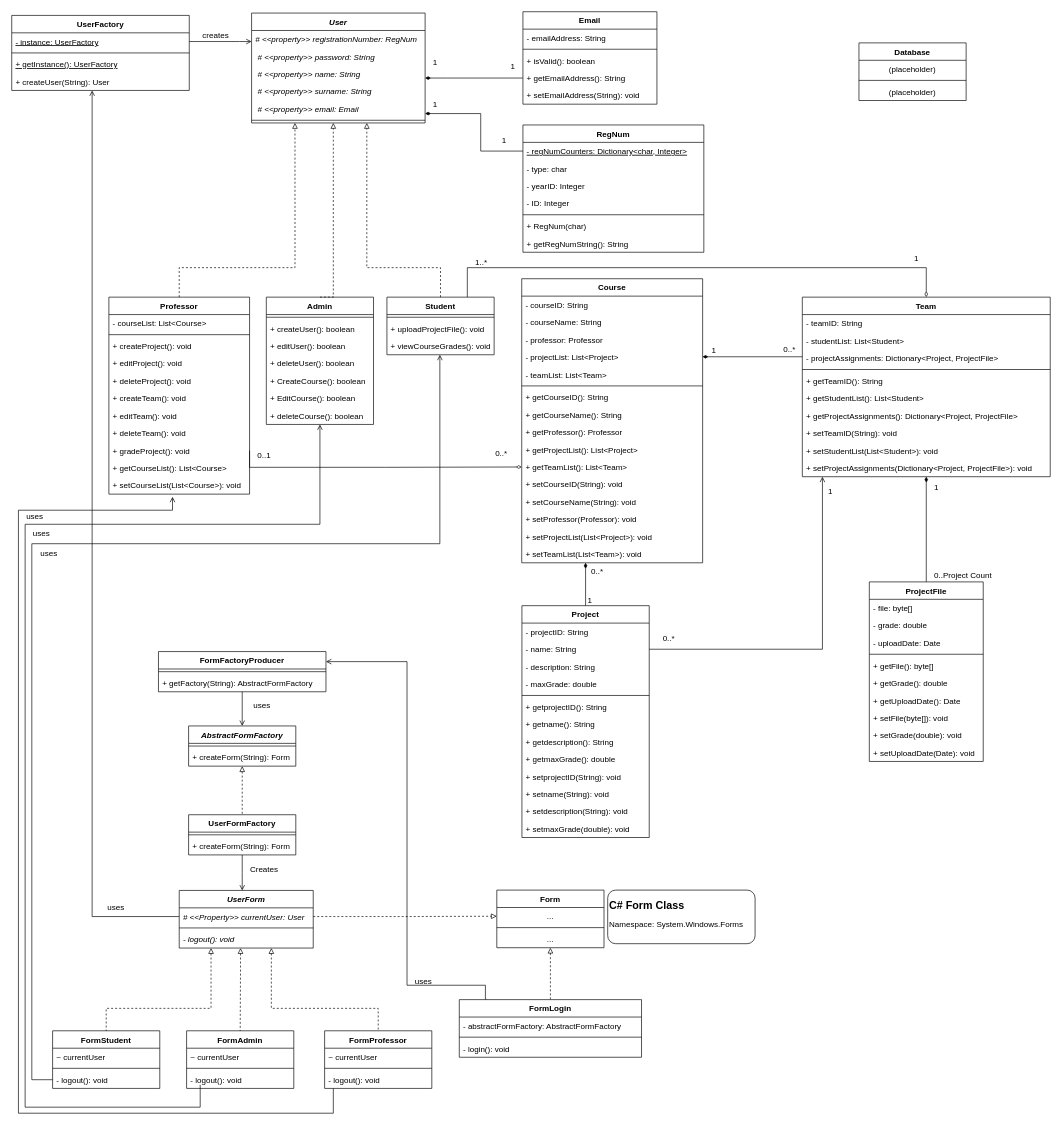
Syrko/E-ClassApplication keeps this draw.io diagram as ClassDiagrams/ClassDiagram_v1_Final.drawio. Above is the earlier version. Source tidied: cells renumbered, new cells numbered last; positions are measured from the earlier drawing's top-left corner, leaving out a move shared by most shapes. Both pictures are drawn from the tidied source at 67%, with x=0, y=0 at pixel (11, 11).
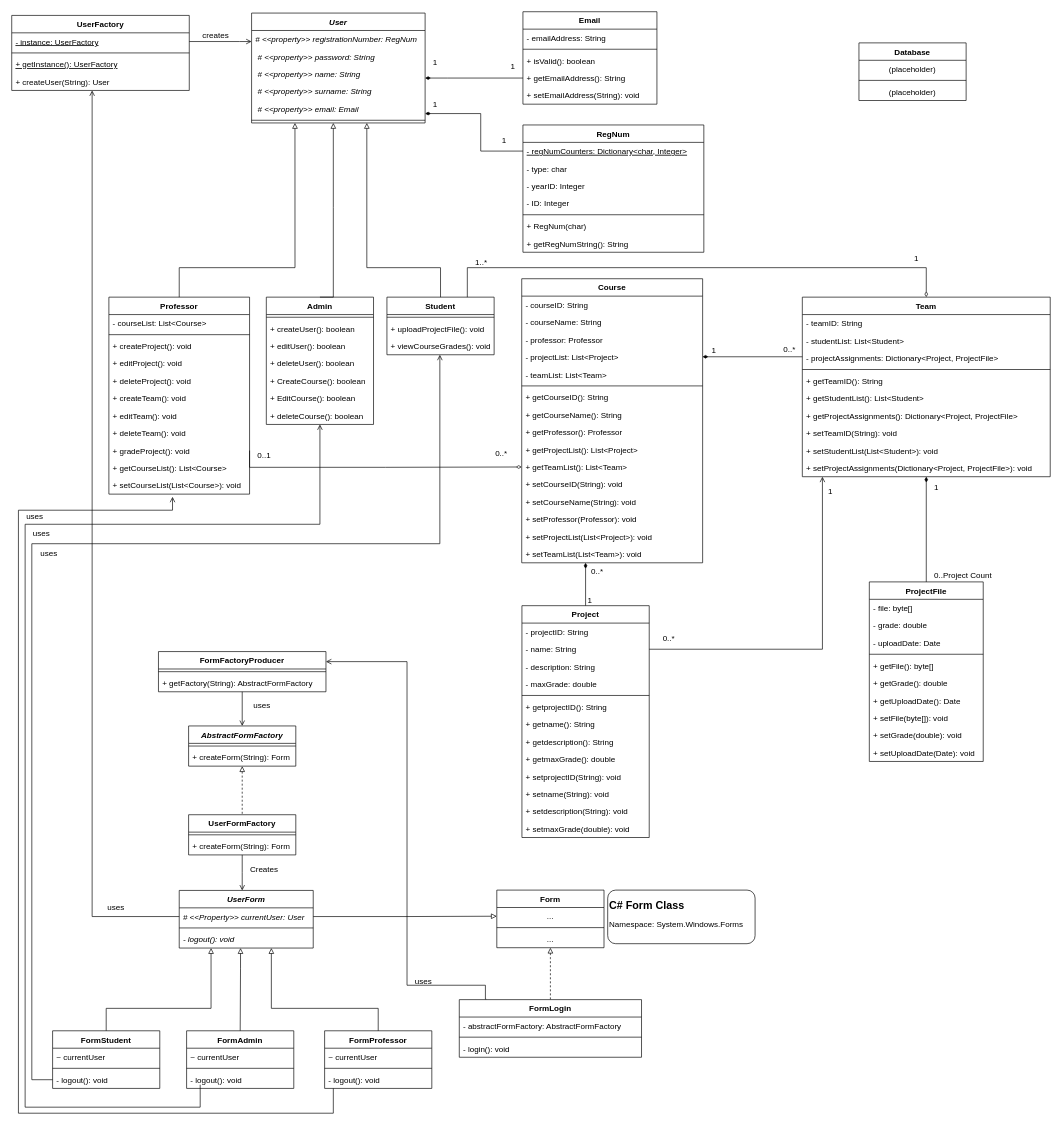
After the change.

Commit message (it also covers changes not shown here):
Changed inheritance arrows to solid

Unchanged cells that the change refers to:
```xml
<mxCell id="11" value="Admin" style="swimlane;fontStyle=1;align=center;verticalAlign=top;horizontal=1;startSize=26;fillColor=none;" parent="1" vertex="1">
  <mxGeometry x="380" y="426" width="160" height="190" as="geometry" />
</mxCell>
<mxCell id="20" value="Student" style="swimlane;fontStyle=1;align=center;verticalAlign=top;horizontal=1;startSize=26;fillColor=none;" parent="1" vertex="1">
  <mxGeometry x="560" y="426" width="160" height="86" as="geometry" />
</mxCell>
<mxCell id="24" value="Professor" style="swimlane;fontStyle=1;align=center;verticalAlign=top;horizontal=1;startSize=26;fillColor=none;" parent="1" vertex="1">
  <mxGeometry x="145" y="426" width="210" height="294" as="geometry" />
</mxCell>
<mxCell id="140" value="FormStudent" style="swimlane;fontStyle=1;align=center;verticalAlign=top;horizontal=1;startSize=26;" parent="1" vertex="1">
  <mxGeometry x="61" y="1521" width="160" height="86" as="geometry" />
</mxCell>
<mxCell id="145" value="FormAdmin" style="swimlane;fontStyle=1;align=center;verticalAlign=top;horizontal=1;startSize=26;" parent="1" vertex="1">
  <mxGeometry x="261" y="1521" width="160" height="86" as="geometry" />
</mxCell>
<mxCell id="150" value="FormProfessor" style="swimlane;fontStyle=1;align=center;verticalAlign=top;horizontal=1;startSize=26;" parent="1" vertex="1">
  <mxGeometry x="467" y="1521" width="160" height="86" as="geometry" />
</mxCell>
<mxCell id="156" value="...&#10;" style="text;strokeColor=none;fillColor=none;align=center;verticalAlign=top;spacingLeft=4;spacingRight=4;overflow=hidden;points=[[0,0.5],[1,0.5]];portConstraint=eastwest;" parent="155" vertex="1">
  <mxGeometry y="26" width="160" height="26" as="geometry" />
</mxCell>
<mxCell id="170" value="UserForm" style="swimlane;fontStyle=3;align=center;verticalAlign=top;horizontal=1;startSize=26;rounded=0;strokeColor=#000000;" parent="1" vertex="1">
  <mxGeometry x="250" y="1311.5" width="200" height="86" as="geometry" />
</mxCell>
<mxCell id="171" value="# &lt;&lt;Property&gt;&gt; currentUser: User&#10;" style="text;strokeColor=none;fillColor=none;align=left;verticalAlign=top;spacingLeft=4;spacingRight=4;overflow=hidden;points=[[0,0.5],[1,0.5]];portConstraint=eastwest;fontStyle=2;" parent="170" vertex="1">
  <mxGeometry y="26" width="200" height="26" as="geometry" />
</mxCell>
<mxCell id="185" value="User" style="swimlane;fontStyle=3;align=center;verticalAlign=top;horizontal=1;startSize=26;" parent="1" vertex="1">
  <mxGeometry x="358" y="2" width="259" height="164" as="geometry" />
</mxCell>
```

What changed in the source:
```diff
@@
-    <mxCell id="10" style="edgeStyle=orthogonalEdgeStyle;rounded=0;jettySize=auto;html=1;exitX=0.5;exitY=0;exitDx=0;exitDy=0;endArrow=block;endFill=0;dashed=1;" parent="1" edge="1" source="11" target="185">
+    <mxCell id="10" style="edgeStyle=orthogonalEdgeStyle;rounded=0;jettySize=auto;html=1;exitX=0.5;exitY=0;exitDx=0;exitDy=0;endArrow=block;endFill=0;" parent="1" edge="1" source="11" target="185">
       <mxGeometry relative="1" as="geometry">
         <Array as="points">
           <mxPoint x="480" y="292" />
           <mxPoint x="480" y="292" />
         </Array>
       </mxGeometry>
     </mxCell>
@@
-    <mxCell id="19" style="edgeStyle=orthogonalEdgeStyle;rounded=0;jettySize=auto;html=1;exitX=0.5;exitY=0;exitDx=0;exitDy=0;dashed=1;endArrow=block;endFill=0;" parent="1" edge="1" source="20" target="185">
+    <mxCell id="19" style="edgeStyle=orthogonalEdgeStyle;rounded=0;jettySize=auto;html=1;exitX=0.5;exitY=0;exitDx=0;exitDy=0;endArrow=block;endFill=0;" parent="1" edge="1" source="20" target="185">
       <mxGeometry relative="1" as="geometry">
         <Array as="points">
           <mxPoint x="640" y="382" />
           <mxPoint x="530" y="382" />
         </Array>
       </mxGeometry>
     </mxCell>
@@
-    <mxCell id="167" style="edgeStyle=orthogonalEdgeStyle;rounded=0;jettySize=auto;html=1;entryX=0.5;entryY=0;entryDx=0;entryDy=0;dashed=1;startArrow=block;startFill=0;endArrow=none;endFill=0;" parent="1" edge="1" source="170" target="140">
+    <mxCell id="167" style="edgeStyle=orthogonalEdgeStyle;rounded=0;jettySize=auto;html=1;entryX=0.5;entryY=0;entryDx=0;entryDy=0;startArrow=block;startFill=0;endArrow=none;endFill=0;" parent="1" edge="1" source="170" target="140">
       <mxGeometry relative="1" as="geometry">
         <Array as="points">
           <mxPoint x="297.5" y="1487.5" />
           <mxPoint x="141.5" y="1487.5" />
         </Array>
       </mxGeometry>
     </mxCell>
-    <mxCell id="168" style="edgeStyle=orthogonalEdgeStyle;rounded=0;jettySize=auto;html=1;entryX=0.5;entryY=0;entryDx=0;entryDy=0;dashed=1;startArrow=block;startFill=0;endArrow=none;endFill=0;" parent="1" edge="1" source="170" target="145">
+    <mxCell id="168" style="edgeStyle=orthogonalEdgeStyle;rounded=0;jettySize=auto;html=1;entryX=0.5;entryY=0;entryDx=0;entryDy=0;startArrow=block;startFill=0;endArrow=none;endFill=0;" parent="1" edge="1" source="170" target="145">
       <mxGeometry relative="1" as="geometry">
         <Array as="points">
           <mxPoint x="341.5" y="1427.5" />
           <mxPoint x="341.5" y="1427.5" />
         </Array>
       </mxGeometry>
     </mxCell>
-    <mxCell id="169" style="edgeStyle=orthogonalEdgeStyle;rounded=0;jettySize=auto;html=1;entryX=0.5;entryY=0;entryDx=0;entryDy=0;dashed=1;startArrow=block;startFill=0;endArrow=none;endFill=0;" parent="1" edge="1" source="170" target="150">
+    <mxCell id="169" style="edgeStyle=orthogonalEdgeStyle;rounded=0;jettySize=auto;html=1;entryX=0.5;entryY=0;entryDx=0;entryDy=0;startArrow=block;startFill=0;endArrow=none;endFill=0;" parent="1" edge="1" source="170" target="150">
       <mxGeometry relative="1" as="geometry">
         <Array as="points">
           <mxPoint x="387.5" y="1487.5" />
           <mxPoint x="547.5" y="1487.5" />
         </Array>
       </mxGeometry>
     </mxCell>
@@
-    <mxCell id="192" style="edgeStyle=orthogonalEdgeStyle;rounded=0;jettySize=auto;html=1;exitX=0.5;exitY=0;exitDx=0;exitDy=0;entryX=0.25;entryY=1;entryDx=0;entryDy=0;dashed=1;endArrow=block;endFill=0;" parent="1" edge="1" source="24" target="185">
+    <mxCell id="192" style="edgeStyle=orthogonalEdgeStyle;rounded=0;jettySize=auto;html=1;exitX=0.5;exitY=0;exitDx=0;exitDy=0;entryX=0.25;entryY=1;entryDx=0;entryDy=0;endArrow=block;endFill=0;" parent="1" edge="1" source="24" target="185">
       <mxGeometry relative="1" as="geometry">
         <Array as="points">
           <mxPoint x="250" y="382" />
           <mxPoint x="423" y="382" />
         </Array>
       </mxGeometry>
     </mxCell>
@@
-    <mxCell id="197" style="edgeStyle=orthogonalEdgeStyle;rounded=0;jettySize=auto;html=1;exitX=1;exitY=0.5;exitDx=0;exitDy=0;startArrow=none;startFill=0;endArrow=block;endFill=0;entryX=0;entryY=0.5;entryDx=0;entryDy=0;dashed=1;" parent="1" edge="1" source="171" target="156">
+    <mxCell id="197" style="edgeStyle=orthogonalEdgeStyle;rounded=0;jettySize=auto;html=1;exitX=1;exitY=0.5;exitDx=0;exitDy=0;startArrow=none;startFill=0;endArrow=block;endFill=0;entryX=0;entryY=0.5;entryDx=0;entryDy=0;" parent="1" edge="1" source="171" target="156">
       <mxGeometry relative="1" as="geometry">
         <Array as="points">
           <mxPoint x="587" y="1351" />
         </Array>
       </mxGeometry>
     </mxCell>
```
